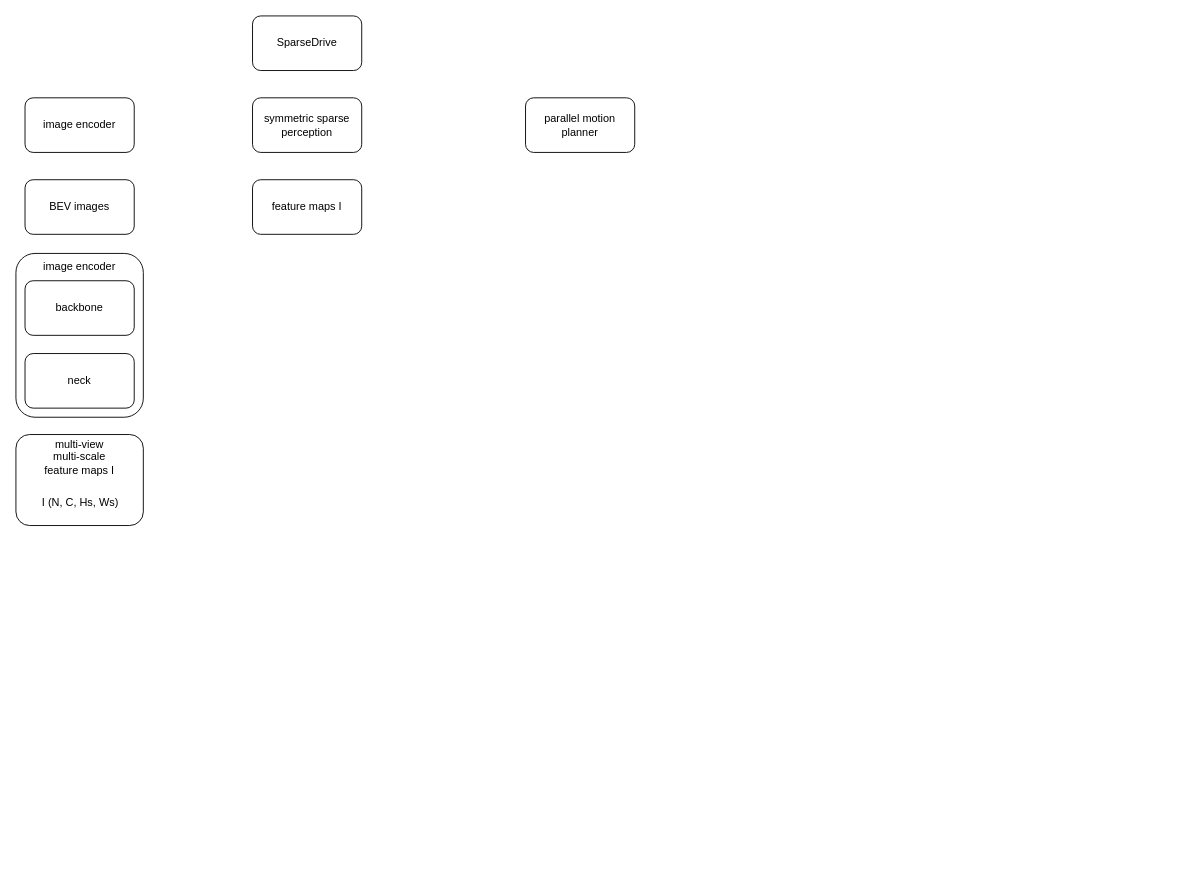
Earlier version of the draw.io diagram sparsedrive.drawio (wxxsusie/files). Source tidied: cells renumbered, new cells numbered last; positions are measured from the earlier drawing's top-left corner, leaving out a move shared by most shapes. Both pictures are drawn from the tidied source at 91%, with x=0, y=0 at pixel (15, 15).
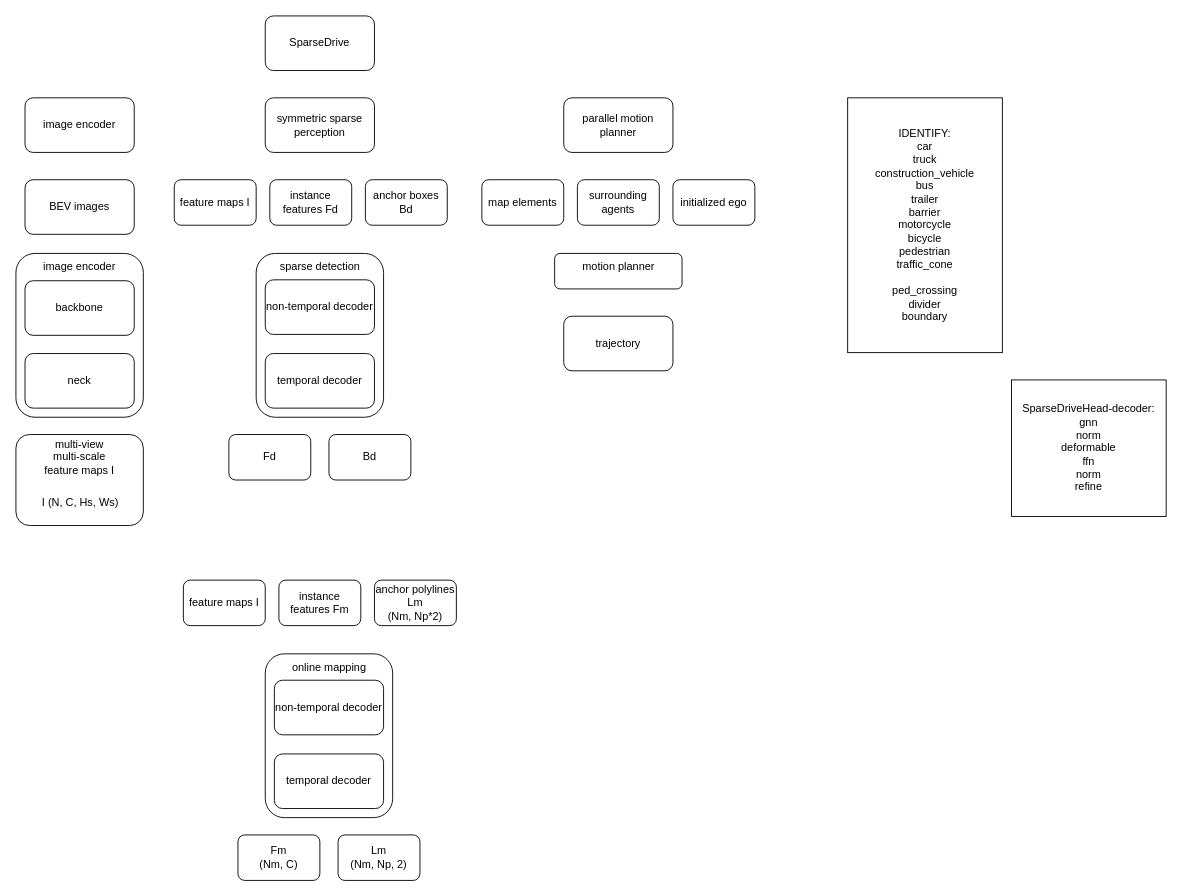
Above is the later version.

What changed in the source:
```diff
@@
     <mxCell id="4" value="SparseDrive" style="rounded=1;whiteSpace=wrap;html=1;" parent="1" vertex="1">
-      <mxGeometry x="260" width="120" height="60" as="geometry" />
+      <mxGeometry x="274" width="120" height="60" as="geometry" />
     </mxCell>
     <mxCell id="5" value="symmetric sparse perception" style="rounded=1;whiteSpace=wrap;html=1;" parent="1" vertex="1">
-      <mxGeometry x="260" y="90" width="120" height="60" as="geometry" />
+      <mxGeometry x="274" y="90" width="120" height="60" as="geometry" />
     </mxCell>
     <mxCell id="6" value="parallel motion planner" style="rounded=1;whiteSpace=wrap;html=1;" parent="1" vertex="1">
-      <mxGeometry x="560" y="90" width="120" height="60" as="geometry" />
+      <mxGeometry x="602" y="90" width="120" height="60" as="geometry" />
     </mxCell>
@@
-    <mxCell id="14" value="feature maps I" style="rounded=1;whiteSpace=wrap;html=1;" parent="1" vertex="1">
-      <mxGeometry x="260" y="180" width="120" height="60" as="geometry" />
-    </mxCell>
+    <mxCell id="15" style="rounded=1;whiteSpace=wrap;html=1;" parent="1" vertex="1">
+      <mxGeometry x="264" y="261" width="140" height="180" as="geometry" />
+    </mxCell>
+    <mxCell id="16" value="sparse detection" style="text;html=1;align=center;verticalAlign=middle;whiteSpace=wrap;rounded=0;" parent="1" vertex="1">
+      <mxGeometry x="281.5" y="261" width="105" height="30" as="geometry" />
+    </mxCell>
+    <mxCell id="17" value="&lt;div&gt;Fd&lt;/div&gt;" style="rounded=1;whiteSpace=wrap;html=1;" parent="1" vertex="1">
+      <mxGeometry x="234" y="460" width="90" height="50" as="geometry" />
+    </mxCell>
+    <mxCell id="18" value="&lt;div&gt;Bd&lt;/div&gt;" style="rounded=1;whiteSpace=wrap;html=1;" parent="1" vertex="1">
+      <mxGeometry x="344" y="460" width="90" height="50" as="geometry" />
+    </mxCell>
+    <mxCell id="19" style="rounded=1;whiteSpace=wrap;html=1;" parent="1" vertex="1">
+      <mxGeometry x="592" y="261" width="140" height="39" as="geometry" />
+    </mxCell>
+    <mxCell id="20" value="motion planner" style="text;html=1;align=center;verticalAlign=middle;whiteSpace=wrap;rounded=0;" parent="1" vertex="1">
+      <mxGeometry x="609.5" y="261" width="105" height="30" as="geometry" />
+    </mxCell>
+    <mxCell id="21" value="map elements" style="rounded=1;whiteSpace=wrap;html=1;" parent="1" vertex="1">
+      <mxGeometry x="512" y="180" width="90" height="50" as="geometry" />
+    </mxCell>
+    <mxCell id="22" value="surrounding agents" style="rounded=1;whiteSpace=wrap;html=1;" parent="1" vertex="1">
+      <mxGeometry x="617" y="180" width="90" height="50" as="geometry" />
+    </mxCell>
+    <mxCell id="23" value="initialized ego" style="rounded=1;whiteSpace=wrap;html=1;" parent="1" vertex="1">
+      <mxGeometry x="722" y="180" width="90" height="50" as="geometry" />
+    </mxCell>
+    <mxCell id="24" value="trajectory" style="rounded=1;whiteSpace=wrap;html=1;" parent="1" vertex="1">
+      <mxGeometry x="602" y="330" width="120" height="60" as="geometry" />
+    </mxCell>
+    <mxCell id="25" value="feature maps I" style="rounded=1;whiteSpace=wrap;html=1;" parent="1" vertex="1">
+      <mxGeometry x="174" y="180" width="90" height="50" as="geometry" />
+    </mxCell>
+    <mxCell id="26" value="instance features Fd" style="rounded=1;whiteSpace=wrap;html=1;" parent="1" vertex="1">
+      <mxGeometry x="279" y="180" width="90" height="50" as="geometry" />
+    </mxCell>
+    <mxCell id="27" value="anchor boxes Bd" style="rounded=1;whiteSpace=wrap;html=1;" parent="1" vertex="1">
+      <mxGeometry x="384" y="180" width="90" height="50" as="geometry" />
+    </mxCell>
+    <mxCell id="28" value="non-temporal decoder" style="rounded=1;whiteSpace=wrap;html=1;" parent="1" vertex="1">
+      <mxGeometry x="274" y="290" width="120" height="60" as="geometry" />
+    </mxCell>
+    <mxCell id="29" value="temporal decoder" style="rounded=1;whiteSpace=wrap;html=1;" parent="1" vertex="1">
+      <mxGeometry x="274" y="371" width="120" height="60" as="geometry" />
+    </mxCell>
+    <mxCell id="30" style="rounded=1;whiteSpace=wrap;html=1;" parent="1" vertex="1">
+      <mxGeometry x="274" y="701" width="140" height="180" as="geometry" />
+    </mxCell>
+    <mxCell id="31" value="online mapping" style="text;html=1;align=center;verticalAlign=middle;whiteSpace=wrap;rounded=0;" parent="1" vertex="1">
+      <mxGeometry x="291.5" y="701" width="105" height="30" as="geometry" />
+    </mxCell>
+    <mxCell id="32" value="&lt;div&gt;Fm&lt;/div&gt;&lt;div&gt;(Nm, C)&lt;/div&gt;" style="rounded=1;whiteSpace=wrap;html=1;" parent="1" vertex="1">
+      <mxGeometry x="244" y="900" width="90" height="50" as="geometry" />
+    </mxCell>
+    <mxCell id="33" value="&lt;div&gt;Lm&lt;/div&gt;&lt;div&gt;(Nm, Np, 2)&lt;/div&gt;" style="rounded=1;whiteSpace=wrap;html=1;" parent="1" vertex="1">
+      <mxGeometry x="354" y="900" width="90" height="50" as="geometry" />
+    </mxCell>
+    <mxCell id="34" value="feature maps I" style="rounded=1;whiteSpace=wrap;html=1;" parent="1" vertex="1">
+      <mxGeometry x="184" y="620" width="90" height="50" as="geometry" />
+    </mxCell>
+    <mxCell id="35" value="instance features Fm" style="rounded=1;whiteSpace=wrap;html=1;" parent="1" vertex="1">
+      <mxGeometry x="289" y="620" width="90" height="50" as="geometry" />
+    </mxCell>
+    <mxCell id="36" value="anchor polylines Lm&lt;div&gt;(Nm, Np*2)&lt;/div&gt;" style="rounded=1;whiteSpace=wrap;html=1;" parent="1" vertex="1">
+      <mxGeometry x="394" y="620" width="90" height="50" as="geometry" />
+    </mxCell>
+    <mxCell id="37" value="non-temporal decoder" style="rounded=1;whiteSpace=wrap;html=1;" parent="1" vertex="1">
+      <mxGeometry x="284" y="730" width="120" height="60" as="geometry" />
+    </mxCell>
+    <mxCell id="38" value="temporal decoder" style="rounded=1;whiteSpace=wrap;html=1;" parent="1" vertex="1">
+      <mxGeometry x="284" y="811" width="120" height="60" as="geometry" />
+    </mxCell>
+    <mxCell id="39" value="&lt;div&gt;IDENTIFY:&lt;/div&gt;car&lt;div&gt;truck&lt;/div&gt;&lt;div&gt;construction_vehicle&lt;/div&gt;&lt;div&gt;bus&lt;/div&gt;&lt;div&gt;trailer&lt;/div&gt;&lt;div&gt;barrier&lt;/div&gt;&lt;div&gt;motorcycle&lt;/div&gt;&lt;div&gt;bicycle&lt;/div&gt;&lt;div&gt;pedestrian&lt;/div&gt;&lt;div&gt;traffic_cone&lt;/div&gt;&lt;div&gt;&lt;br&gt;&lt;/div&gt;&lt;div&gt;ped_crossing&lt;/div&gt;&lt;div&gt;divider&lt;/div&gt;&lt;div&gt;boundary&lt;/div&gt;" style="rounded=0;whiteSpace=wrap;html=1;" parent="1" vertex="1">
+      <mxGeometry x="914" y="90" width="170" height="280" as="geometry" />
+    </mxCell>
+    <mxCell id="40" value="&lt;div&gt;SparseDriveHead-decoder:&lt;/div&gt;gnn&lt;div&gt;norm&lt;/div&gt;&lt;div&gt;deformable&lt;/div&gt;&lt;div&gt;ffn&lt;/div&gt;&lt;div&gt;norm&lt;/div&gt;&lt;div&gt;refine&lt;/div&gt;" style="rounded=0;whiteSpace=wrap;html=1;" parent="1" vertex="1">
+      <mxGeometry x="1094" y="400" width="170" height="150" as="geometry" />
+    </mxCell>
```
